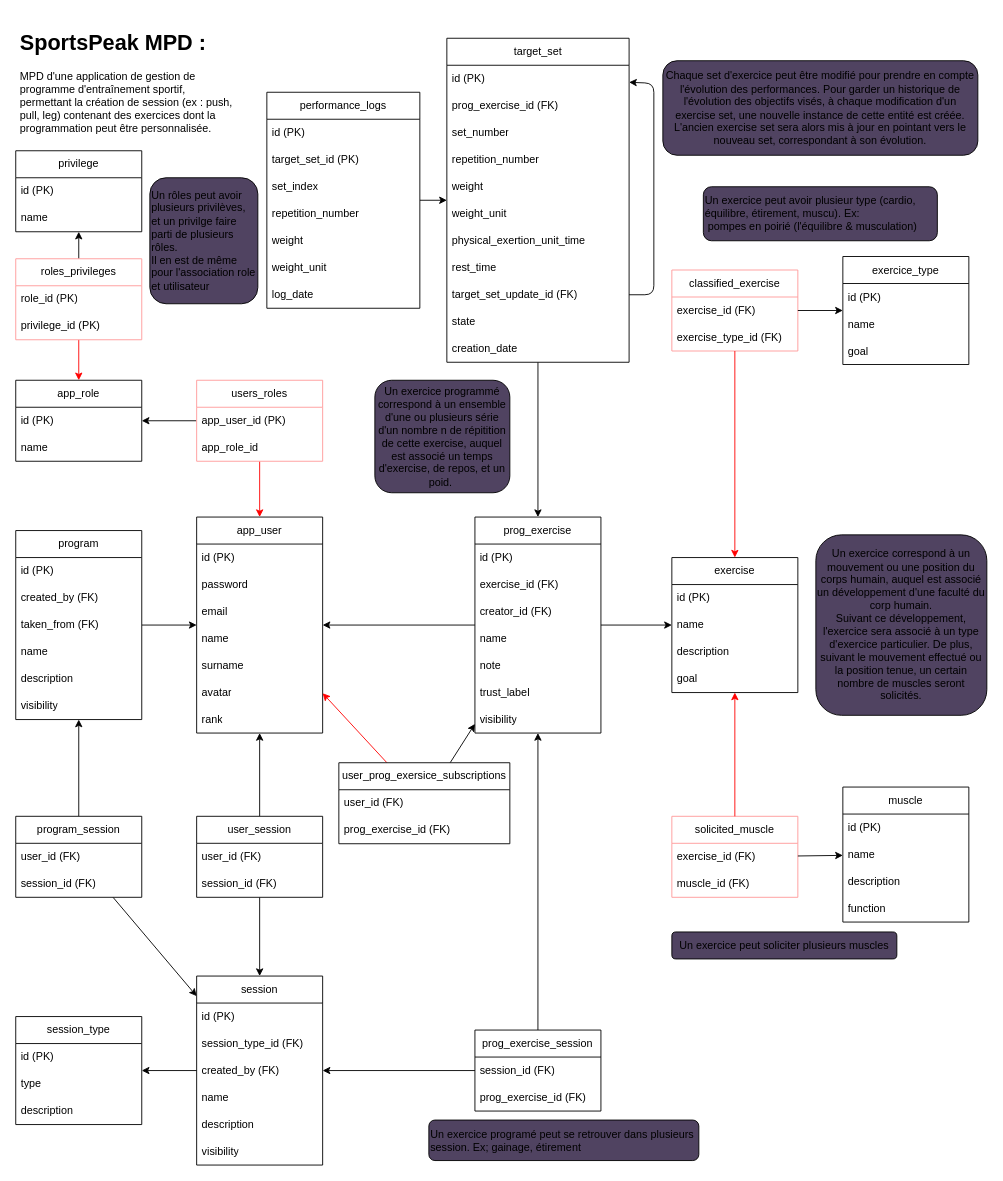
The draw.io diagram BDD.drawio in CptFranck/SportsPeakBACK, before the edit. Source tidied: cells renumbered, new cells numbered last; positions are measured from the earlier drawing's top-left corner, leaving out a move shared by most shapes. Both pictures are drawn from the tidied source at 90%, with x=0, y=0 at pixel (15, 24).
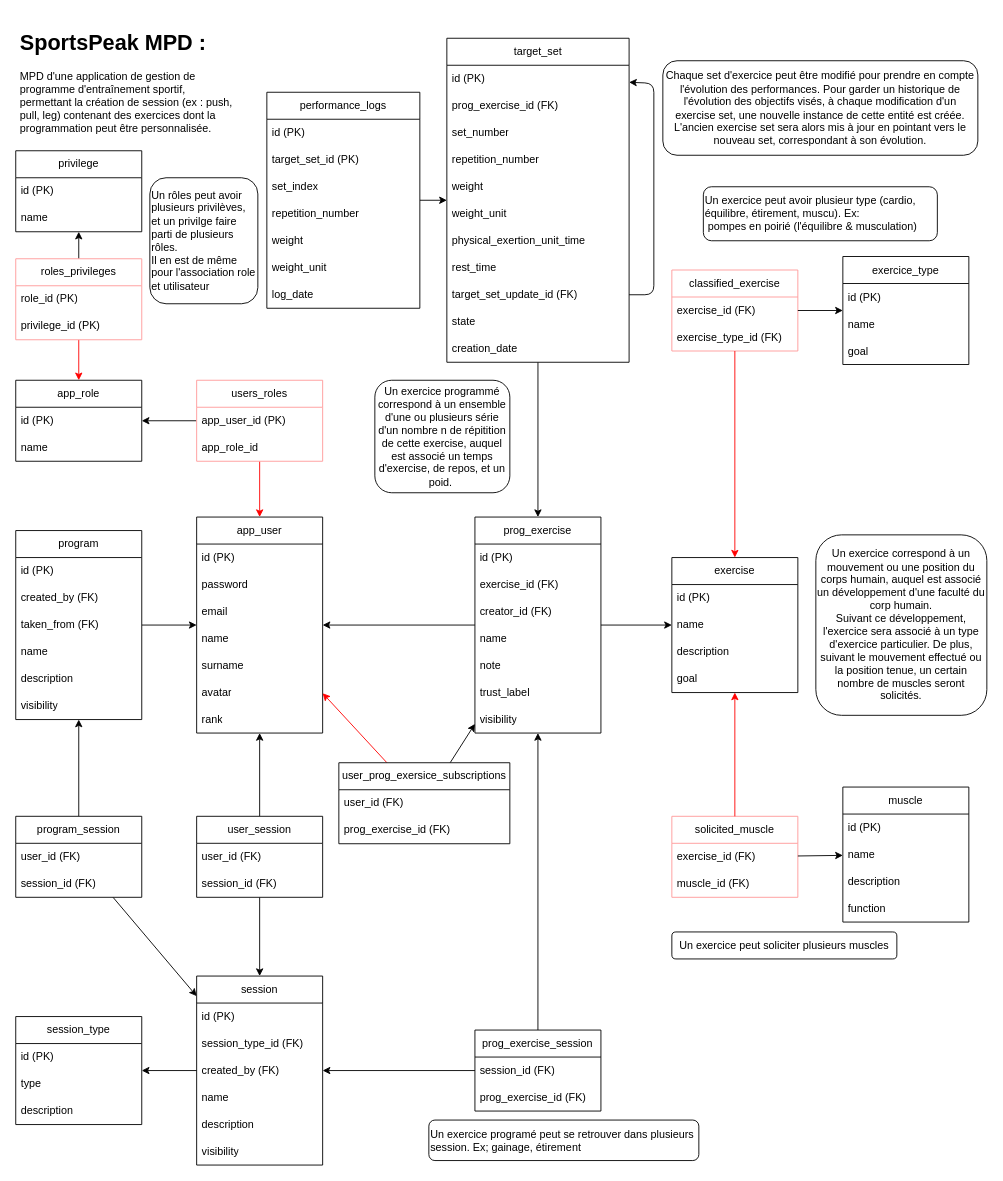
The same diagram, later.

Commit message:
Update MPD/MCD db

Diff of the diagram source:
```diff
@@
-    <mxCell id="61" value="Un exercice peut soliciter plusieurs muscles" style="rounded=1;whiteSpace=wrap;html=1;labelBackgroundColor=none;fontColor=default;fillColor=#504361;" parent="1" vertex="1">
+    <mxCell id="61" value="Un exercice peut soliciter plusieurs muscles" style="rounded=1;whiteSpace=wrap;html=1;labelBackgroundColor=none;fontColor=default;fillColor=#FFFFFF;" parent="1" vertex="1">
       <mxGeometry x="729" y="1008" width="250" height="30" as="geometry" />
     </mxCell>
-    <mxCell id="62" value="&lt;div style=&quot;line-height: 120%;&quot;&gt;&lt;span style=&quot;background-color: initial;&quot;&gt;Un exercice peut avoir plusieur type (cardio, équilibre, étirement, muscu). Ex:&amp;nbsp;&lt;br&gt;&lt;/span&gt;&lt;span style=&quot;background-color: initial;&quot;&gt;&amp;nbsp;pompes en poirié (l'équilibre &amp;amp; musculation)&lt;/span&gt;&lt;/div&gt;" style="rounded=1;whiteSpace=wrap;html=1;labelBackgroundColor=none;fontColor=default;fillColor=#504361;align=left;" parent="1" vertex="1">
+    <mxCell id="62" value="&lt;div style=&quot;line-height: 120%;&quot;&gt;&lt;span style=&quot;background-color: initial;&quot;&gt;Un exercice peut avoir plusieur type (cardio, équilibre, étirement, muscu). Ex:&amp;nbsp;&lt;br&gt;&lt;/span&gt;&lt;span style=&quot;background-color: initial;&quot;&gt;&amp;nbsp;pompes en poirié (l'équilibre &amp;amp; musculation)&lt;/span&gt;&lt;/div&gt;" style="rounded=1;whiteSpace=wrap;html=1;labelBackgroundColor=none;fontColor=default;fillColor=#FFFFFF;align=left;" parent="1" vertex="1">
       <mxGeometry x="764" y="180" width="260" height="60" as="geometry" />
     </mxCell>
@@
-    <mxCell id="68" value="&lt;div style=&quot;&quot;&gt;&lt;span style=&quot;background-color: initial;&quot;&gt;Un exercice programé peut se retrouver dans plusieurs session. Ex; gainage, étirement&lt;/span&gt;&lt;/div&gt;" style="rounded=1;whiteSpace=wrap;html=1;labelBackgroundColor=none;fontColor=default;fillColor=#504361;align=left;" parent="1" vertex="1">
+    <mxCell id="68" value="&lt;div style=&quot;&quot;&gt;&lt;span style=&quot;background-color: initial;&quot;&gt;Un exercice programé peut se retrouver dans plusieurs session. Ex; gainage, étirement&lt;/span&gt;&lt;/div&gt;" style="rounded=1;whiteSpace=wrap;html=1;labelBackgroundColor=none;fontColor=default;fillColor=#FFFFFF;align=left;" parent="1" vertex="1">
       <mxGeometry x="459" y="1217" width="300" height="45" as="geometry" />
     </mxCell>
@@
-    <mxCell id="112" value="Un exercice programmé correspond à un ensemble d'une ou plusieurs série d'un nombre n de répitition de cette exercise, auquel est associé un temps d'exercise, de repos, et un poid.&amp;nbsp;" style="rounded=1;whiteSpace=wrap;html=1;labelBackgroundColor=none;fontColor=default;fillColor=#504361;" parent="1" vertex="1">
+    <mxCell id="112" value="Un exercice programmé correspond à un ensemble d'une ou plusieurs série d'un nombre n de répitition de cette exercise, auquel est associé un temps d'exercise, de repos, et un poid.&amp;nbsp;" style="rounded=1;whiteSpace=wrap;html=1;labelBackgroundColor=none;fontColor=default;fillColor=#FFFFFF;" parent="1" vertex="1">
       <mxGeometry x="399" y="395" width="150" height="125" as="geometry" />
     </mxCell>
-    <mxCell id="113" value="Chaque set d'exercice peut être modifié pour prendre en compte l'évolution des performances. Pour garder un historique de l'évolution des objectifs visés, à chaque modification d'un exercise set, une nouvelle instance de cette entité est créée. L'ancien exercise set sera alors mis à jour en pointant vers le nouveau set, correspondant à son évolution." style="rounded=1;whiteSpace=wrap;html=1;labelBackgroundColor=none;fontColor=default;fillColor=#504361;" parent="1" vertex="1">
+    <mxCell id="113" value="Chaque set d'exercice peut être modifié pour prendre en compte l'évolution des performances. Pour garder un historique de l'évolution des objectifs visés, à chaque modification d'un exercise set, une nouvelle instance de cette entité est créée. L'ancien exercise set sera alors mis à jour en pointant vers le nouveau set, correspondant à son évolution." style="rounded=1;whiteSpace=wrap;html=1;labelBackgroundColor=none;fontColor=default;fillColor=#FFFFFF;" parent="1" vertex="1">
       <mxGeometry x="719" y="40" width="350" height="105" as="geometry" />
     </mxCell>
-    <mxCell id="114" value="Un exercice correspond à un mouvement ou une position du corps humain, auquel est associé un développement d'une faculté du corp humain.&lt;br&gt;Suivant ce développement, l'exercice sera associé à un type d'exercice particulier. De plus, suivant le mouvement effectué ou la position tenue,&amp;nbsp;un certain nombre de muscles seront solicités." style="rounded=1;whiteSpace=wrap;html=1;labelBackgroundColor=none;fontColor=default;fillColor=#504361;" parent="1" vertex="1">
+    <mxCell id="114" value="Un exercice correspond à un mouvement ou une position du corps humain, auquel est associé un développement d'une faculté du corp humain.&lt;br&gt;Suivant ce développement, l'exercice sera associé à un type d'exercice particulier. De plus, suivant le mouvement effectué ou la position tenue,&amp;nbsp;un certain nombre de muscles seront solicités." style="rounded=1;whiteSpace=wrap;html=1;labelBackgroundColor=none;fontColor=default;fillColor=#FFFFFF;" parent="1" vertex="1">
       <mxGeometry x="889" y="566.8" width="190" height="200.5" as="geometry" />
     </mxCell>
@@
-    <mxCell id="130" value="&lt;div style=&quot;line-height: 120%;&quot;&gt;&lt;span style=&quot;background-color: initial;&quot;&gt;Un rôles peut avoir plusieurs privilèves, et un privilge faire parti de plusieurs rôles.&amp;nbsp;&lt;/span&gt;&lt;/div&gt;&lt;div style=&quot;line-height: 120%;&quot;&gt;&lt;span style=&quot;background-color: initial;&quot;&gt;Il en est de même pour l'association role et utilisateur&lt;/span&gt;&lt;/div&gt;" style="rounded=1;whiteSpace=wrap;html=1;labelBackgroundColor=none;fontColor=default;fillColor=#504361;align=left;" parent="1" vertex="1">
+    <mxCell id="130" value="&lt;div style=&quot;line-height: 120%;&quot;&gt;&lt;span style=&quot;background-color: initial;&quot;&gt;Un rôles peut avoir plusieurs privilèves, et un privilge faire parti de plusieurs rôles.&amp;nbsp;&lt;/span&gt;&lt;/div&gt;&lt;div style=&quot;line-height: 120%;&quot;&gt;&lt;span style=&quot;background-color: initial;&quot;&gt;Il en est de même pour l'association role et utilisateur&lt;/span&gt;&lt;/div&gt;" style="rounded=1;whiteSpace=wrap;html=1;labelBackgroundColor=none;fontColor=default;fillColor=#FFFFFF;align=left;" parent="1" vertex="1">
       <mxGeometry x="149" y="170" width="120" height="140" as="geometry" />
     </mxCell>
```
